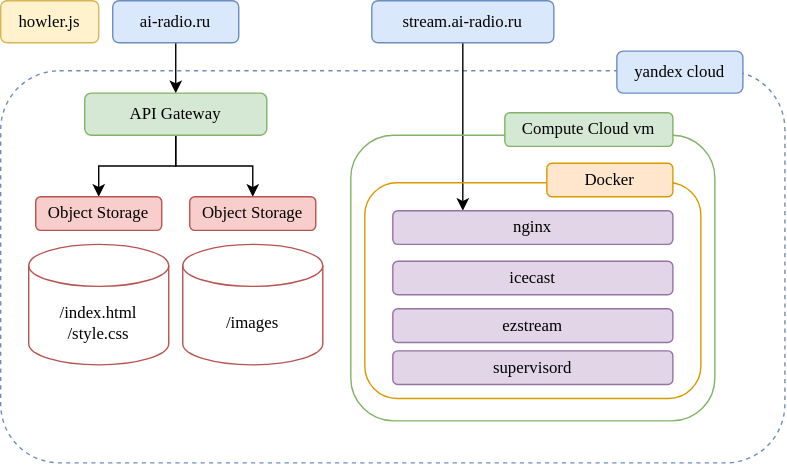
Earlier version of the draw.io export docs/ai-radio.drawio.svg (valeter/ai-radio). Source tidied: cells renumbered, new cells last; positions are measured from the earlier drawing's top-left corner, leaving out a move shared by most shapes.
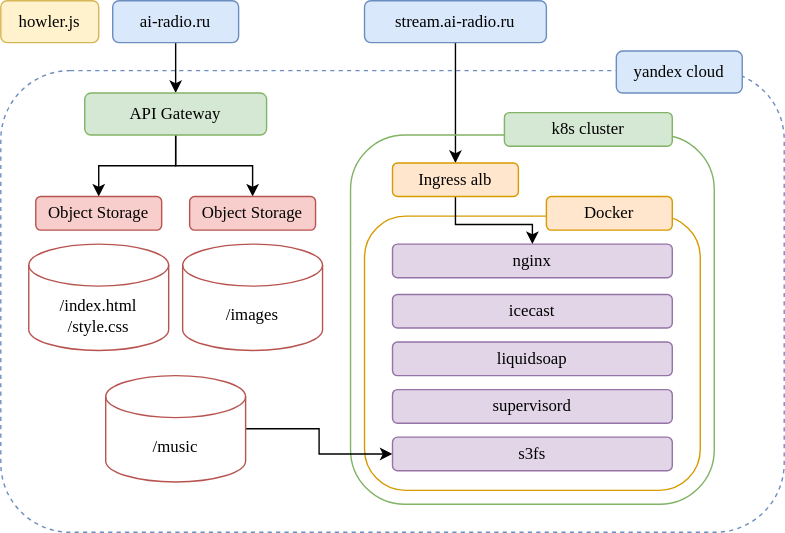
After the commit.

The edit, as a diff of the source:
```diff
@@ -3,7 +3,7 @@
     <mxCell id="0" />
     <mxCell id="1" parent="0" />
     <mxCell id="2" style="rounded=1;whiteSpace=wrap;html=1;dashed=1;fillColor=none;strokeColor=#6c8ebf;" parent="1" vertex="1">
-      <mxGeometry y="50" width="560" height="280" as="geometry" />
+      <mxGeometry y="50" width="560" height="330" as="geometry" />
     </mxCell>
     <mxCell id="3" value="yandex cloud" style="text;html=1;align=center;verticalAlign=middle;whiteSpace=wrap;rounded=1;strokeColor=#6c8ebf;fillColor=#dae8fc;fontFamily=Verdana;" parent="1" vertex="1">
       <mxGeometry x="440" y="36" width="90" height="30" as="geometry" />
@@ -14,11 +14,11 @@
     <mxCell id="5" value="ai-radio.ru" style="text;html=1;align=center;verticalAlign=middle;whiteSpace=wrap;rounded=1;strokeColor=#6c8ebf;fillColor=#dae8fc;fontFamily=Verdana;" parent="1" vertex="1">
       <mxGeometry x="80" width="90" height="30" as="geometry" />
     </mxCell>
-    <mxCell id="6" style="edgeStyle=orthogonalEdgeStyle;rounded=0;jettySize=auto;html=1;exitX=0.5;exitY=1;exitDx=0;exitDy=0;entryX=0.25;entryY=0;entryDx=0;entryDy=0;" parent="1" edge="1" source="7" target="18">
-      <mxGeometry relative="1" as="geometry" />
-    </mxCell>
+    <mxCell id="24" style="edgeStyle=orthogonalEdgeStyle;rounded=0;jettySize=auto;html=1;exitX=0.5;exitY=1;exitDx=0;exitDy=0;" parent="1" edge="1" source="7" target="26">
+      <mxGeometry relative="1" as="geometry" />
+    </mxCell>
     <mxCell id="7" value="stream.ai-radio.ru" style="text;html=1;align=center;verticalAlign=middle;whiteSpace=wrap;rounded=1;strokeColor=#6c8ebf;fillColor=#dae8fc;fontFamily=Verdana;" parent="1" vertex="1">
-      <mxGeometry x="265" width="130" height="30" as="geometry" />
+      <mxGeometry x="260" width="130" height="30" as="geometry" />
     </mxCell>
     <mxCell id="8" style="edgeStyle=orthogonalEdgeStyle;rounded=0;jettySize=auto;html=1;exitX=0.5;exitY=1;exitDx=0;exitDy=0;entryX=0.5;entryY=0;entryDx=0;entryDy=0;" parent="1" edge="1" source="10" target="15">
       <mxGeometry relative="1" as="geometry" />
@@ -30,16 +30,16 @@
       <mxGeometry x="60" y="66" width="130" height="30" as="geometry" />
     </mxCell>
     <mxCell id="11" value="&lt;div&gt;/index.html&lt;/div&gt;&lt;div&gt;/style.css&lt;br&gt;&lt;/div&gt;" style="shape=cylinder3;whiteSpace=wrap;html=1;boundedLbl=1;backgroundOutline=1;size=15;fontFamily=Verdana;fillColor=none;strokeColor=#b85450;" parent="1" vertex="1">
-      <mxGeometry x="20" y="174" width="100" height="86" as="geometry" />
+      <mxGeometry x="20" y="174" width="100" height="76" as="geometry" />
     </mxCell>
     <mxCell id="12" value="&lt;div&gt;/images&lt;br&gt;&lt;/div&gt;" style="shape=cylinder3;whiteSpace=wrap;html=1;boundedLbl=1;backgroundOutline=1;size=15;fontFamily=Verdana;fillColor=none;strokeColor=#b85450;" parent="1" vertex="1">
-      <mxGeometry x="130" y="174" width="100" height="86" as="geometry" />
+      <mxGeometry x="130" y="174" width="100" height="76" as="geometry" />
     </mxCell>
     <mxCell id="13" value="howler.js" style="text;html=1;align=center;verticalAlign=middle;whiteSpace=wrap;rounded=1;strokeColor=#d6b656;fillColor=#fff2cc;fontFamily=Verdana;" parent="1" vertex="1">
       <mxGeometry width="70" height="30" as="geometry" />
     </mxCell>
     <mxCell id="14" style="text;html=1;align=center;verticalAlign=middle;whiteSpace=wrap;rounded=1;strokeColor=#82b366;fillColor=none;fontFamily=Verdana;" parent="1" vertex="1">
-      <mxGeometry x="250" y="96" width="260" height="204" as="geometry" />
+      <mxGeometry x="250" y="96" width="260" height="264" as="geometry" />
     </mxCell>
     <mxCell id="15" value="Object Storage" style="text;html=1;align=center;verticalAlign=middle;whiteSpace=wrap;rounded=1;strokeColor=#b85450;fillColor=#f8cecc;fontFamily=Verdana;" parent="1" vertex="1">
       <mxGeometry x="25" y="140" width="90" height="24" as="geometry" />
@@ -48,25 +48,40 @@
       <mxGeometry x="135" y="140" width="90" height="24" as="geometry" />
     </mxCell>
     <mxCell id="17" style="text;html=1;align=center;verticalAlign=middle;whiteSpace=wrap;rounded=1;strokeColor=#d79b00;fillColor=none;fontFamily=Verdana;" parent="1" vertex="1">
-      <mxGeometry x="260" y="130" width="240" height="154" as="geometry" />
+      <mxGeometry x="260" y="154" width="240" height="196" as="geometry" />
     </mxCell>
     <mxCell id="18" value="nginx" style="text;html=1;align=center;verticalAlign=middle;whiteSpace=wrap;rounded=1;strokeColor=#9673a6;fillColor=#e1d5e7;fontFamily=Verdana;" parent="1" vertex="1">
-      <mxGeometry x="280" y="150" width="200" height="24" as="geometry" />
+      <mxGeometry x="280" y="174" width="200" height="24" as="geometry" />
     </mxCell>
     <mxCell id="19" value="Docker" style="text;html=1;align=center;verticalAlign=middle;whiteSpace=wrap;rounded=1;strokeColor=#d79b00;fillColor=#ffe6cc;fontFamily=Verdana;" parent="1" vertex="1">
-      <mxGeometry x="390" y="116" width="90" height="24" as="geometry" />
+      <mxGeometry x="390" y="140" width="90" height="24" as="geometry" />
     </mxCell>
-    <mxCell id="20" value="Compute Cloud vm" style="text;html=1;align=center;verticalAlign=middle;whiteSpace=wrap;rounded=1;strokeColor=#82b366;fillColor=#d5e8d4;fontFamily=Verdana;" parent="1" vertex="1">
+    <mxCell id="20" value="k8s cluster" style="text;html=1;align=center;verticalAlign=middle;whiteSpace=wrap;rounded=1;strokeColor=#82b366;fillColor=#d5e8d4;fontFamily=Verdana;" parent="1" vertex="1">
       <mxGeometry x="360" y="80" width="120" height="24" as="geometry" />
     </mxCell>
     <mxCell id="21" value="icecast" style="text;html=1;align=center;verticalAlign=middle;whiteSpace=wrap;rounded=1;strokeColor=#9673a6;fillColor=#e1d5e7;fontFamily=Verdana;" parent="1" vertex="1">
-      <mxGeometry x="280" y="186" width="200" height="24" as="geometry" />
+      <mxGeometry x="280" y="210" width="200" height="24" as="geometry" />
     </mxCell>
-    <mxCell id="22" value="ezstream" style="text;html=1;align=center;verticalAlign=middle;whiteSpace=wrap;rounded=1;strokeColor=#9673a6;fillColor=#e1d5e7;fontFamily=Verdana;" parent="1" vertex="1">
-      <mxGeometry x="280" y="220" width="200" height="24" as="geometry" />
+    <mxCell id="22" value="liquidsoap" style="text;html=1;align=center;verticalAlign=middle;whiteSpace=wrap;rounded=1;strokeColor=#9673a6;fillColor=#e1d5e7;fontFamily=Verdana;" parent="1" vertex="1">
+      <mxGeometry x="280" y="244" width="200" height="24" as="geometry" />
     </mxCell>
     <mxCell id="23" value="supervisord" style="text;html=1;align=center;verticalAlign=middle;whiteSpace=wrap;rounded=1;strokeColor=#9673a6;fillColor=#e1d5e7;fontFamily=Verdana;" parent="1" vertex="1">
-      <mxGeometry x="280" y="250" width="200" height="24" as="geometry" />
+      <mxGeometry x="280" y="278" width="200" height="24" as="geometry" />
     </mxCell>
+    <mxCell id="25" style="edgeStyle=orthogonalEdgeStyle;rounded=0;jettySize=auto;html=1;exitX=0.5;exitY=1;exitDx=0;exitDy=0;" parent="1" edge="1" source="26" target="18">
+      <mxGeometry relative="1" as="geometry" />
+    </mxCell>
+    <mxCell id="26" value="Ingress alb" style="text;html=1;align=center;verticalAlign=middle;whiteSpace=wrap;rounded=1;strokeColor=#d79b00;fillColor=#ffe6cc;fontFamily=Verdana;" parent="1" vertex="1">
+      <mxGeometry x="280" y="116" width="90" height="24" as="geometry" />
+    </mxCell>
+    <mxCell id="27" style="edgeStyle=orthogonalEdgeStyle;rounded=0;jettySize=auto;html=1;exitX=1;exitY=0.5;exitDx=0;exitDy=0;exitPerimeter=0;entryX=0;entryY=0.5;entryDx=0;entryDy=0;" parent="1" edge="1" source="28" target="29">
+      <mxGeometry relative="1" as="geometry" />
+    </mxCell>
+    <mxCell id="28" value="&lt;div&gt;/music&lt;/div&gt;" style="shape=cylinder3;whiteSpace=wrap;html=1;boundedLbl=1;backgroundOutline=1;size=15;fontFamily=Verdana;fillColor=none;strokeColor=#b85450;" parent="1" vertex="1">
+      <mxGeometry x="75" y="268" width="100" height="76" as="geometry" />
+    </mxCell>
+    <mxCell id="29" value="s3fs" style="text;html=1;align=center;verticalAlign=middle;whiteSpace=wrap;rounded=1;strokeColor=#9673a6;fillColor=#e1d5e7;fontFamily=Verdana;" parent="1" vertex="1">
+      <mxGeometry x="280" y="312" width="200" height="24" as="geometry" />
+    </mxCell>
   </root>
 </mxGraphModel>
```
